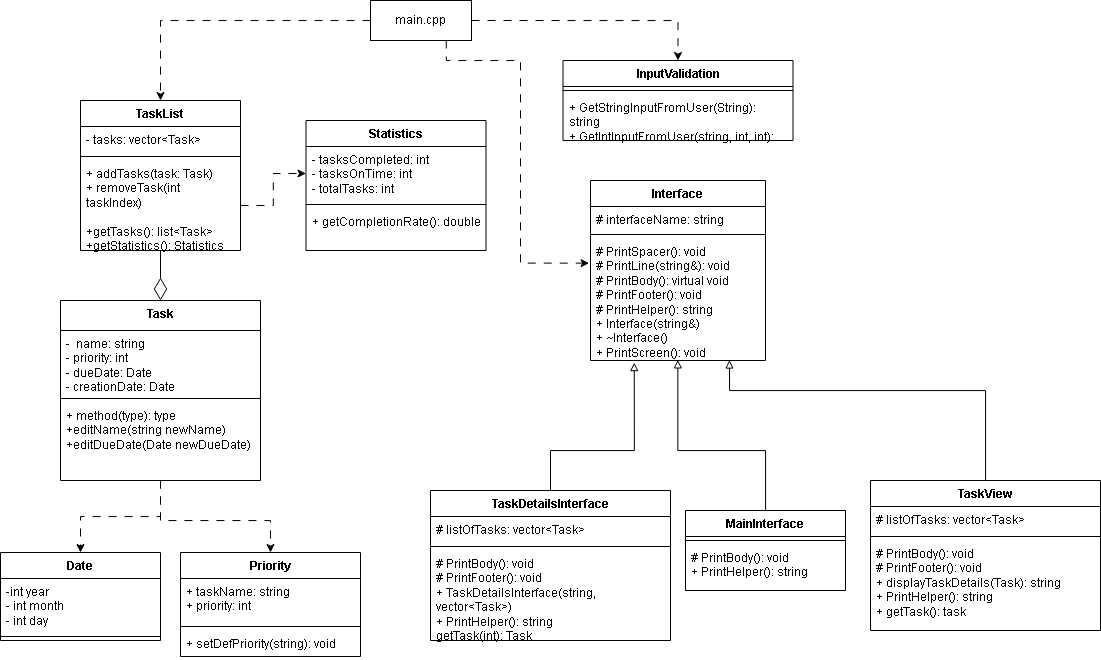
Above: supplementary/ProjectUML_final.png in ChrisWoo0443/cs100-final-project (draw.io), before the change. Source tidied: cells renumbered, new cells last; positions are measured from the earlier drawing's top-left corner, leaving out a move shared by most shapes. Source of this version:
```xml
<mxGraphModel>
  <root>
    <mxCell id="0" />
    <mxCell id="1" parent="0" />
    <mxCell id="2" style="edgeStyle=orthogonalEdgeStyle;rounded=0;jettySize=auto;html=1;entryX=0.5;entryY=0;entryDx=0;entryDy=0;dashed=1;dashPattern=8 8;" parent="1" edge="1" source="4" target="17">
      <mxGeometry relative="1" as="geometry" />
    </mxCell>
    <mxCell id="3" style="edgeStyle=orthogonalEdgeStyle;rounded=0;jettySize=auto;html=1;dashed=1;dashPattern=8 8;" parent="1" edge="1" source="4" target="20">
      <mxGeometry relative="1" as="geometry">
        <Array as="points">
          <mxPoint x="160" y="520" />
          <mxPoint x="270" y="520" />
        </Array>
      </mxGeometry>
    </mxCell>
    <mxCell id="4" value="Task" style="swimlane;fontStyle=1;align=center;verticalAlign=top;horizontal=1;startSize=30;whiteSpace=wrap;html=1;" parent="1" vertex="1">
      <mxGeometry x="60" y="300" width="200" height="180" as="geometry" />
    </mxCell>
    <mxCell id="5" value="-&amp;nbsp; name: string&lt;br&gt;- priority: int&lt;br&gt;- dueDate: Date&lt;br&gt;- creationDate: Date&lt;br&gt;&lt;br&gt;&lt;div&gt;&lt;br&gt;&lt;/div&gt;" style="text;strokeColor=none;fillColor=none;align=left;verticalAlign=top;spacingLeft=4;spacingRight=4;overflow=hidden;points=[[0,0.5],[1,0.5]];portConstraint=eastwest;whiteSpace=wrap;html=1;" parent="4" vertex="1">
      <mxGeometry y="30" width="200" height="64" as="geometry" />
    </mxCell>
    <mxCell id="6" style="line;strokeWidth=1;fillColor=none;align=left;verticalAlign=middle;spacingTop=-1;spacingLeft=3;spacingRight=3;labelPosition=right;strokeColor=inherit;" parent="4" vertex="1">
      <mxGeometry y="94" width="200" height="8" as="geometry" />
    </mxCell>
    <mxCell id="7" value="+ method(type): type&lt;br&gt;+editName(string newName)&lt;br&gt;+editDueDate(Date newDueDate)" style="text;strokeColor=none;fillColor=none;align=left;verticalAlign=top;spacingLeft=4;spacingRight=4;overflow=hidden;whiteSpace=wrap;html=1;" parent="4" vertex="1">
      <mxGeometry y="102" width="200" height="78" as="geometry" />
    </mxCell>
    <mxCell id="8" style="edgeStyle=orthogonalEdgeStyle;rounded=0;jettySize=auto;html=1;entryX=0.5;entryY=0;entryDx=0;entryDy=0;endArrow=diamondThin;endFill=0;endSize=20;" parent="1" edge="1" source="9" target="4">
      <mxGeometry relative="1" as="geometry" />
    </mxCell>
    <mxCell id="9" value="TaskList" style="swimlane;fontStyle=1;align=center;verticalAlign=top;horizontal=1;startSize=26;whiteSpace=wrap;html=1;" parent="1" vertex="1">
      <mxGeometry x="80" y="100" width="160" height="150" as="geometry" />
    </mxCell>
    <mxCell id="10" value="- tasks: vector&amp;lt;Task&amp;gt;&lt;div&gt;&lt;br/&gt;&lt;/div&gt;" style="text;strokeColor=none;fillColor=none;align=left;verticalAlign=top;spacingLeft=4;spacingRight=4;overflow=hidden;whiteSpace=wrap;html=1;" parent="9" vertex="1">
      <mxGeometry y="26" width="160" height="26" as="geometry" />
    </mxCell>
    <mxCell id="11" style="line;strokeWidth=1;fillColor=none;align=left;verticalAlign=middle;spacingTop=-1;spacingLeft=3;spacingRight=3;labelPosition=right;strokeColor=inherit;" parent="9" vertex="1">
      <mxGeometry y="52" width="160" height="8" as="geometry" />
    </mxCell>
    <mxCell id="12" value="+ addTasks(task: Task)&lt;br&gt;+ removeTask(int taskIndex)&lt;br&gt;&lt;br&gt;+getTasks(): list&amp;lt;Task&amp;gt;&lt;br&gt;+getStatistics(): Statistics" style="text;strokeColor=none;fillColor=none;align=left;verticalAlign=top;spacingLeft=4;spacingRight=4;overflow=hidden;points=[[0,0.5],[1,0.5]];portConstraint=eastwest;whiteSpace=wrap;html=1;" parent="9" vertex="1">
      <mxGeometry y="60" width="160" height="90" as="geometry" />
    </mxCell>
    <mxCell id="13" value="Statistics" style="swimlane;fontStyle=1;align=center;verticalAlign=top;horizontal=1;startSize=26;whiteSpace=wrap;html=1;" parent="1" vertex="1">
      <mxGeometry x="305.5" y="120" width="180" height="130" as="geometry" />
    </mxCell>
    <mxCell id="14" value="- tasksCompleted: int&lt;br&gt;- tasksOnTime: int&lt;br&gt;- totalTasks: int" style="text;strokeColor=none;fillColor=none;align=left;verticalAlign=top;spacingLeft=4;spacingRight=4;overflow=hidden;points=[[0,0.5],[1,0.5]];portConstraint=eastwest;whiteSpace=wrap;html=1;" parent="13" vertex="1">
      <mxGeometry y="26" width="180" height="54" as="geometry" />
    </mxCell>
    <mxCell id="15" style="line;strokeWidth=1;fillColor=none;align=left;verticalAlign=middle;spacingTop=-1;spacingLeft=3;spacingRight=3;labelPosition=right;strokeColor=inherit;" parent="13" vertex="1">
      <mxGeometry y="80" width="180" height="8" as="geometry" />
    </mxCell>
    <mxCell id="16" value="+ getCompletionRate(): double" style="text;strokeColor=none;fillColor=none;align=left;verticalAlign=top;spacingLeft=4;spacingRight=4;overflow=hidden;whiteSpace=wrap;html=1;" parent="13" vertex="1">
      <mxGeometry y="88" width="180" height="42" as="geometry" />
    </mxCell>
    <mxCell id="17" value="Date" style="swimlane;fontStyle=1;align=center;verticalAlign=top;horizontal=1;startSize=26;whiteSpace=wrap;html=1;" parent="1" vertex="1">
      <mxGeometry y="552" width="160" height="88" as="geometry" />
    </mxCell>
    <mxCell id="18" value="-int year&lt;br&gt;- int month&lt;br&gt;- int day" style="text;strokeColor=none;fillColor=none;align=left;verticalAlign=top;spacingLeft=4;spacingRight=4;overflow=hidden;whiteSpace=wrap;html=1;" parent="17" vertex="1">
      <mxGeometry y="26" width="160" height="54" as="geometry" />
    </mxCell>
    <mxCell id="19" style="line;strokeWidth=1;fillColor=none;align=left;verticalAlign=middle;spacingTop=-1;spacingLeft=3;spacingRight=3;labelPosition=right;strokeColor=inherit;" parent="17" vertex="1">
      <mxGeometry y="80" width="160" height="8" as="geometry" />
    </mxCell>
    <mxCell id="20" value="Priority" style="swimlane;fontStyle=1;align=center;verticalAlign=top;horizontal=1;startSize=26;whiteSpace=wrap;html=1;" parent="1" vertex="1">
      <mxGeometry x="180" y="552" width="180" height="104" as="geometry" />
    </mxCell>
    <mxCell id="21" value="+ taskName: string&lt;br&gt;+ priority: int" style="text;strokeColor=none;fillColor=none;align=left;verticalAlign=top;spacingLeft=4;spacingRight=4;overflow=hidden;whiteSpace=wrap;html=1;" parent="20" vertex="1">
      <mxGeometry y="26" width="180" height="44" as="geometry" />
    </mxCell>
    <mxCell id="22" style="line;strokeWidth=1;fillColor=none;align=left;verticalAlign=middle;spacingTop=-1;spacingLeft=3;spacingRight=3;labelPosition=right;strokeColor=inherit;" parent="20" vertex="1">
      <mxGeometry y="70" width="180" height="8" as="geometry" />
    </mxCell>
    <mxCell id="23" value="+ setDefPriority(string): void" style="text;strokeColor=none;fillColor=none;align=left;verticalAlign=top;spacingLeft=4;spacingRight=4;overflow=hidden;whiteSpace=wrap;html=1;" parent="20" vertex="1">
      <mxGeometry y="78" width="180" height="26" as="geometry" />
    </mxCell>
    <mxCell id="24" value="InputValidation" style="swimlane;fontStyle=1;align=center;verticalAlign=top;horizontal=1;startSize=26;whiteSpace=wrap;html=1;" parent="1" vertex="1">
      <mxGeometry x="562.5" y="60" width="230" height="80" as="geometry" />
    </mxCell>
    <mxCell id="25" style="line;strokeWidth=1;fillColor=none;align=left;verticalAlign=middle;spacingTop=-1;spacingLeft=3;spacingRight=3;labelPosition=right;strokeColor=inherit;" parent="24" vertex="1">
      <mxGeometry y="26" width="230" height="8" as="geometry" />
    </mxCell>
    <mxCell id="26" value="+&amp;nbsp;GetStringInputFromUser(String): string&lt;br&gt;+ GetIntInputFromUser(string, int, int): int" style="text;strokeColor=none;fillColor=none;align=left;verticalAlign=top;spacingLeft=4;spacingRight=4;overflow=hidden;whiteSpace=wrap;html=1;" parent="24" vertex="1">
      <mxGeometry y="34" width="230" height="46" as="geometry" />
    </mxCell>
    <mxCell id="27" value="Interface" style="swimlane;fontStyle=1;align=center;verticalAlign=top;horizontal=1;startSize=26;whiteSpace=wrap;html=1;" parent="1" vertex="1">
      <mxGeometry x="590" y="180" width="175" height="180" as="geometry" />
    </mxCell>
    <mxCell id="28" value="# interfaceName: string&lt;div&gt;&lt;div&gt;&lt;br&gt;&lt;/div&gt;&lt;div&gt;&lt;br&gt;&lt;/div&gt;&lt;/div&gt;" style="text;strokeColor=none;fillColor=none;align=left;verticalAlign=top;spacingLeft=4;spacingRight=4;overflow=hidden;whiteSpace=wrap;html=1;" parent="27" vertex="1">
      <mxGeometry y="26" width="175" height="24" as="geometry" />
    </mxCell>
    <mxCell id="29" style="line;strokeWidth=1;fillColor=none;align=left;verticalAlign=middle;spacingTop=-1;spacingLeft=3;spacingRight=3;labelPosition=right;strokeColor=inherit;" parent="27" vertex="1">
      <mxGeometry y="50" width="175" height="8" as="geometry" />
    </mxCell>
    <mxCell id="30" value="&lt;div&gt;# PrintSpacer(): void&lt;/div&gt;&lt;div&gt;# PrintLine(string&amp;amp;): void&lt;/div&gt;&lt;div&gt;# PrintBody(): virtual void&lt;/div&gt;&lt;div&gt;# PrintFooter(): void&lt;/div&gt;&lt;div&gt;# PrintHelper(): string&lt;/div&gt;&lt;div&gt;+ Interface(string&amp;amp;)&lt;/div&gt;&lt;div&gt;+ ~Interface()&lt;/div&gt;&lt;div&gt;+ PrintScreen(): void&lt;/div&gt;" style="text;strokeColor=none;fillColor=none;align=left;verticalAlign=top;spacingLeft=4;spacingRight=4;overflow=hidden;points=[[0,0.5],[1,0.5]];portConstraint=eastwest;whiteSpace=wrap;html=1;" parent="27" vertex="1">
      <mxGeometry y="58" width="175" height="122" as="geometry" />
    </mxCell>
    <mxCell id="31" value="MainInterface" style="swimlane;fontStyle=1;align=center;verticalAlign=top;horizontal=1;startSize=26;whiteSpace=wrap;html=1;" parent="1" vertex="1">
      <mxGeometry x="685" y="510" width="160" height="80" as="geometry" />
    </mxCell>
    <mxCell id="32" style="line;strokeWidth=1;fillColor=none;align=left;verticalAlign=middle;spacingTop=-1;spacingLeft=3;spacingRight=3;labelPosition=right;strokeColor=inherit;" parent="31" vertex="1">
      <mxGeometry y="26" width="160" height="8" as="geometry" />
    </mxCell>
    <mxCell id="33" value="# PrintBody(): void&lt;div&gt;+ PrintHelper(): string&lt;/div&gt;" style="text;strokeColor=none;fillColor=none;align=left;verticalAlign=top;spacingLeft=4;spacingRight=4;overflow=hidden;whiteSpace=wrap;html=1;" parent="31" vertex="1">
      <mxGeometry y="34" width="160" height="46" as="geometry" />
    </mxCell>
    <mxCell id="34" style="edgeStyle=orthogonalEdgeStyle;rounded=0;jettySize=auto;html=1;entryX=0.499;entryY=0.995;entryDx=0;entryDy=0;entryPerimeter=0;endArrow=block;endFill=0;" parent="1" edge="1" source="31" target="30">
      <mxGeometry relative="1" as="geometry">
        <Array as="points">
          <mxPoint x="765" y="450" />
          <mxPoint x="677" y="450" />
        </Array>
      </mxGeometry>
    </mxCell>
    <mxCell id="35" style="edgeStyle=orthogonalEdgeStyle;rounded=0;jettySize=auto;html=1;entryX=0.25;entryY=1.017;entryDx=0;entryDy=0;entryPerimeter=0;endArrow=block;endFill=0;" parent="1" edge="1" source="36" target="30">
      <mxGeometry relative="1" as="geometry">
        <Array as="points">
          <mxPoint x="550" y="450" />
          <mxPoint x="634" y="450" />
        </Array>
      </mxGeometry>
    </mxCell>
    <mxCell id="36" value="TaskDetailsInterface" style="swimlane;fontStyle=1;align=center;verticalAlign=top;horizontal=1;startSize=26;whiteSpace=wrap;html=1;" parent="1" vertex="1">
      <mxGeometry x="430" y="490" width="240" height="150" as="geometry" />
    </mxCell>
    <mxCell id="37" value="&lt;div&gt;# listOfTasks: vector&amp;lt;Task&amp;gt;&lt;/div&gt;" style="text;strokeColor=none;fillColor=none;align=left;verticalAlign=top;spacingLeft=4;spacingRight=4;overflow=hidden;whiteSpace=wrap;html=1;" parent="36" vertex="1">
      <mxGeometry y="26" width="240" height="26" as="geometry" />
    </mxCell>
    <mxCell id="38" style="line;strokeWidth=1;fillColor=none;align=left;verticalAlign=middle;spacingTop=-1;spacingLeft=3;spacingRight=3;labelPosition=right;strokeColor=inherit;" parent="36" vertex="1">
      <mxGeometry y="52" width="240" height="8" as="geometry" />
    </mxCell>
    <mxCell id="39" value="# PrintBody(): void&lt;div&gt;# PrintFooter(): void&lt;/div&gt;&lt;div&gt;+ TaskDetailsInterface(string, vector&amp;lt;Task&amp;gt;)&lt;/div&gt;&lt;div&gt;+ PrintHelper(): string&lt;/div&gt;&lt;div&gt;getTask(int): Task&lt;/div&gt;" style="text;strokeColor=none;fillColor=none;align=left;verticalAlign=top;spacingLeft=4;spacingRight=4;overflow=hidden;whiteSpace=wrap;html=1;" parent="36" vertex="1">
      <mxGeometry y="60" width="240" height="90" as="geometry" />
    </mxCell>
    <mxCell id="40" style="edgeStyle=orthogonalEdgeStyle;rounded=0;jettySize=auto;html=1;entryX=0.5;entryY=0;entryDx=0;entryDy=0;dashed=1;dashPattern=8 8;" parent="1" edge="1" source="42" target="9">
      <mxGeometry relative="1" as="geometry" />
    </mxCell>
    <mxCell id="41" style="edgeStyle=orthogonalEdgeStyle;rounded=0;jettySize=auto;html=1;exitX=1;exitY=0.5;exitDx=0;exitDy=0;dashed=1;dashPattern=8 8;" parent="1" edge="1" source="42" target="24">
      <mxGeometry relative="1" as="geometry" />
    </mxCell>
    <mxCell id="42" value="main.cpp" style="html=1;whiteSpace=wrap;" parent="1" vertex="1">
      <mxGeometry x="370" width="101" height="40" as="geometry" />
    </mxCell>
    <mxCell id="43" style="edgeStyle=orthogonalEdgeStyle;rounded=0;jettySize=auto;html=1;entryX=0;entryY=0.5;entryDx=0;entryDy=0;dashed=1;dashPattern=8 8;" parent="1" edge="1" source="12" target="14">
      <mxGeometry relative="1" as="geometry" />
    </mxCell>
    <mxCell id="44" value="TaskView" style="swimlane;fontStyle=1;align=center;verticalAlign=top;horizontal=1;startSize=26;whiteSpace=wrap;html=1;" parent="1" vertex="1">
      <mxGeometry x="870" y="480" width="230" height="150" as="geometry" />
    </mxCell>
    <mxCell id="45" value="# listOfTasks: vector&amp;lt;Task&amp;gt;" style="text;strokeColor=none;fillColor=none;align=left;verticalAlign=top;spacingLeft=4;spacingRight=4;overflow=hidden;whiteSpace=wrap;html=1;" parent="44" vertex="1">
      <mxGeometry y="26" width="230" height="26" as="geometry" />
    </mxCell>
    <mxCell id="46" style="line;strokeWidth=1;fillColor=none;align=left;verticalAlign=middle;spacingTop=-1;spacingLeft=3;spacingRight=3;labelPosition=right;strokeColor=inherit;" parent="44" vertex="1">
      <mxGeometry y="52" width="230" height="8" as="geometry" />
    </mxCell>
    <mxCell id="47" value="# PrintBody(): void&lt;div&gt;# PrintFooter(): void&lt;/div&gt;&lt;div&gt;+ displayTaskDetails(Task): string&lt;/div&gt;&lt;div&gt;+ PrintHelper(): string&lt;/div&gt;&lt;div&gt;+ getTask(): task&lt;/div&gt;" style="text;strokeColor=none;fillColor=none;align=left;verticalAlign=top;spacingLeft=4;spacingRight=4;overflow=hidden;whiteSpace=wrap;html=1;" parent="44" vertex="1">
      <mxGeometry y="60" width="230" height="90" as="geometry" />
    </mxCell>
    <mxCell id="48" style="edgeStyle=orthogonalEdgeStyle;rounded=0;jettySize=auto;html=1;entryX=0.794;entryY=0.996;entryDx=0;entryDy=0;entryPerimeter=0;endArrow=block;endFill=0;" parent="1" edge="1" source="44" target="30">
      <mxGeometry relative="1" as="geometry">
        <Array as="points">
          <mxPoint x="985" y="390" />
          <mxPoint x="729" y="390" />
        </Array>
      </mxGeometry>
    </mxCell>
    <mxCell id="49" style="edgeStyle=orthogonalEdgeStyle;rounded=0;jettySize=auto;html=1;exitX=0.75;exitY=1;exitDx=0;exitDy=0;entryX=-0.008;entryY=0.202;entryDx=0;entryDy=0;entryPerimeter=0;dashed=1;dashPattern=8 8;" parent="1" edge="1" source="42" target="30">
      <mxGeometry relative="1" as="geometry">
        <Array as="points">
          <mxPoint x="446" y="60" />
          <mxPoint x="520" y="60" />
          <mxPoint x="520" y="263" />
        </Array>
      </mxGeometry>
    </mxCell>
  </root>
</mxGraphModel>
```
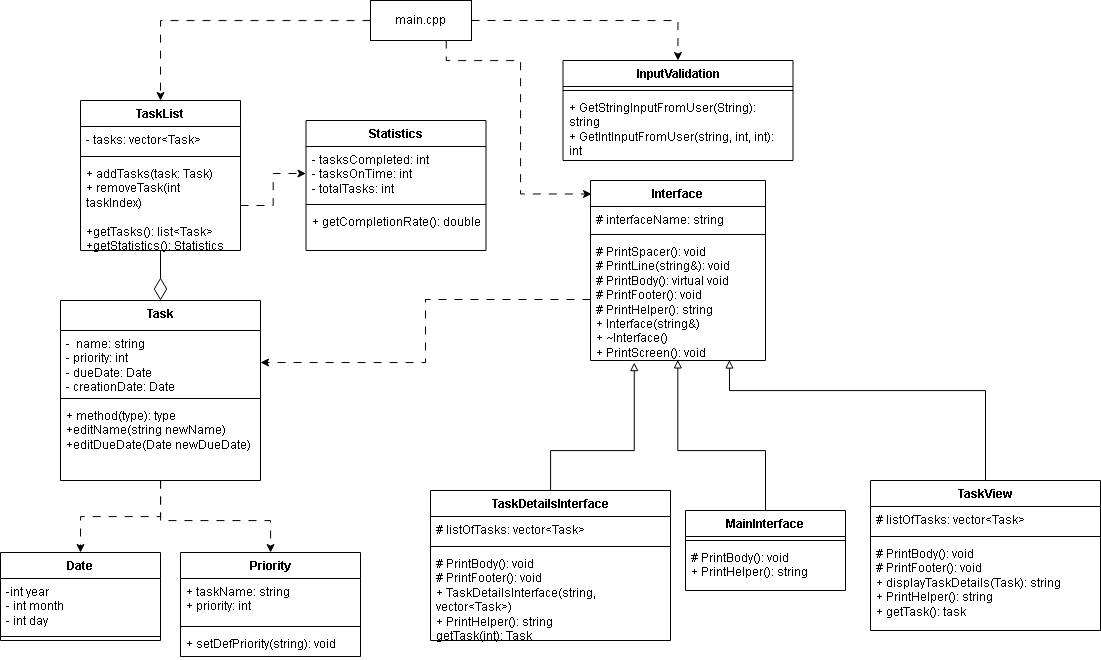
Above is the later version.

What changed in the source:
```diff
@@ -74,13 +74,13 @@
       <mxGeometry y="78" width="180" height="26" as="geometry" />
     </mxCell>
     <mxCell id="24" value="InputValidation" style="swimlane;fontStyle=1;align=center;verticalAlign=top;horizontal=1;startSize=26;whiteSpace=wrap;html=1;" parent="1" vertex="1">
-      <mxGeometry x="562.5" y="60" width="230" height="80" as="geometry" />
+      <mxGeometry x="562.5" y="60" width="230" height="100" as="geometry" />
     </mxCell>
     <mxCell id="25" style="line;strokeWidth=1;fillColor=none;align=left;verticalAlign=middle;spacingTop=-1;spacingLeft=3;spacingRight=3;labelPosition=right;strokeColor=inherit;" parent="24" vertex="1">
       <mxGeometry y="26" width="230" height="8" as="geometry" />
     </mxCell>
     <mxCell id="26" value="+&amp;nbsp;GetStringInputFromUser(String): string&lt;br&gt;+ GetIntInputFromUser(string, int, int): int" style="text;strokeColor=none;fillColor=none;align=left;verticalAlign=top;spacingLeft=4;spacingRight=4;overflow=hidden;whiteSpace=wrap;html=1;" parent="24" vertex="1">
-      <mxGeometry y="34" width="230" height="46" as="geometry" />
+      <mxGeometry y="34" width="230" height="66" as="geometry" />
     </mxCell>
     <mxCell id="27" value="Interface" style="swimlane;fontStyle=1;align=center;verticalAlign=top;horizontal=1;startSize=26;whiteSpace=wrap;html=1;" parent="1" vertex="1">
       <mxGeometry x="590" y="180" width="175" height="180" as="geometry" />
@@ -163,14 +163,17 @@
         </Array>
       </mxGeometry>
     </mxCell>
-    <mxCell id="49" style="edgeStyle=orthogonalEdgeStyle;rounded=0;jettySize=auto;html=1;exitX=0.75;exitY=1;exitDx=0;exitDy=0;entryX=-0.008;entryY=0.202;entryDx=0;entryDy=0;entryPerimeter=0;dashed=1;dashPattern=8 8;" parent="1" edge="1" source="42" target="30">
+    <mxCell id="49" style="edgeStyle=orthogonalEdgeStyle;rounded=0;jettySize=auto;html=1;exitX=0.75;exitY=1;exitDx=0;exitDy=0;entryX=0.006;entryY=0.075;entryDx=0;entryDy=0;entryPerimeter=0;dashed=1;dashPattern=8 8;" parent="1" edge="1" source="42" target="27">
       <mxGeometry relative="1" as="geometry">
         <Array as="points">
           <mxPoint x="446" y="60" />
           <mxPoint x="520" y="60" />
-          <mxPoint x="520" y="263" />
+          <mxPoint x="520" y="194" />
         </Array>
       </mxGeometry>
     </mxCell>
+    <mxCell id="50" style="edgeStyle=orthogonalEdgeStyle;rounded=0;jettySize=auto;html=1;entryX=1;entryY=0.5;entryDx=0;entryDy=0;dashed=1;dashPattern=8 8;" parent="1" edge="1" source="30" target="5">
+      <mxGeometry relative="1" as="geometry" />
+    </mxCell>
   </root>
 </mxGraphModel>
```
